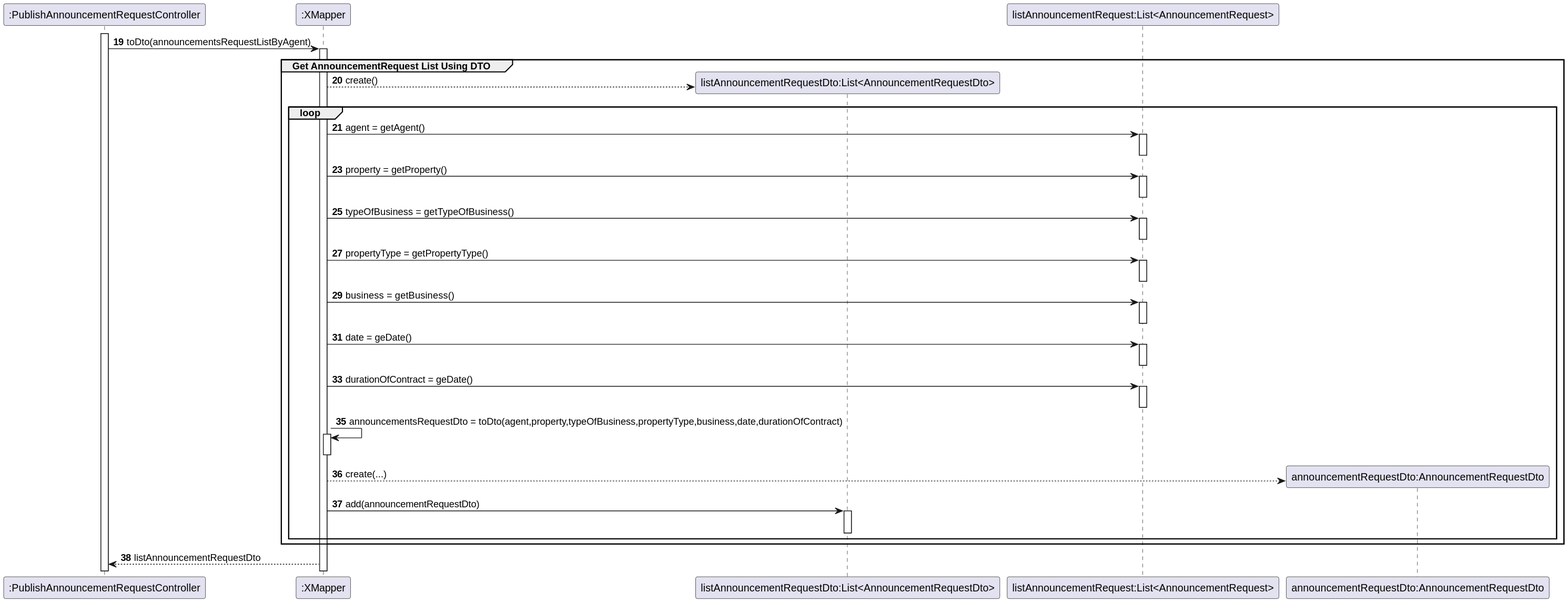
PureNimble/ISEP-LAPR2 keeps this PlantUML diagram as docs/sprintC/US08/03.design/svg/us08-sequence-diagram-partial-getAnnouncementRequestListDTO.svg. Above is the earlier version.
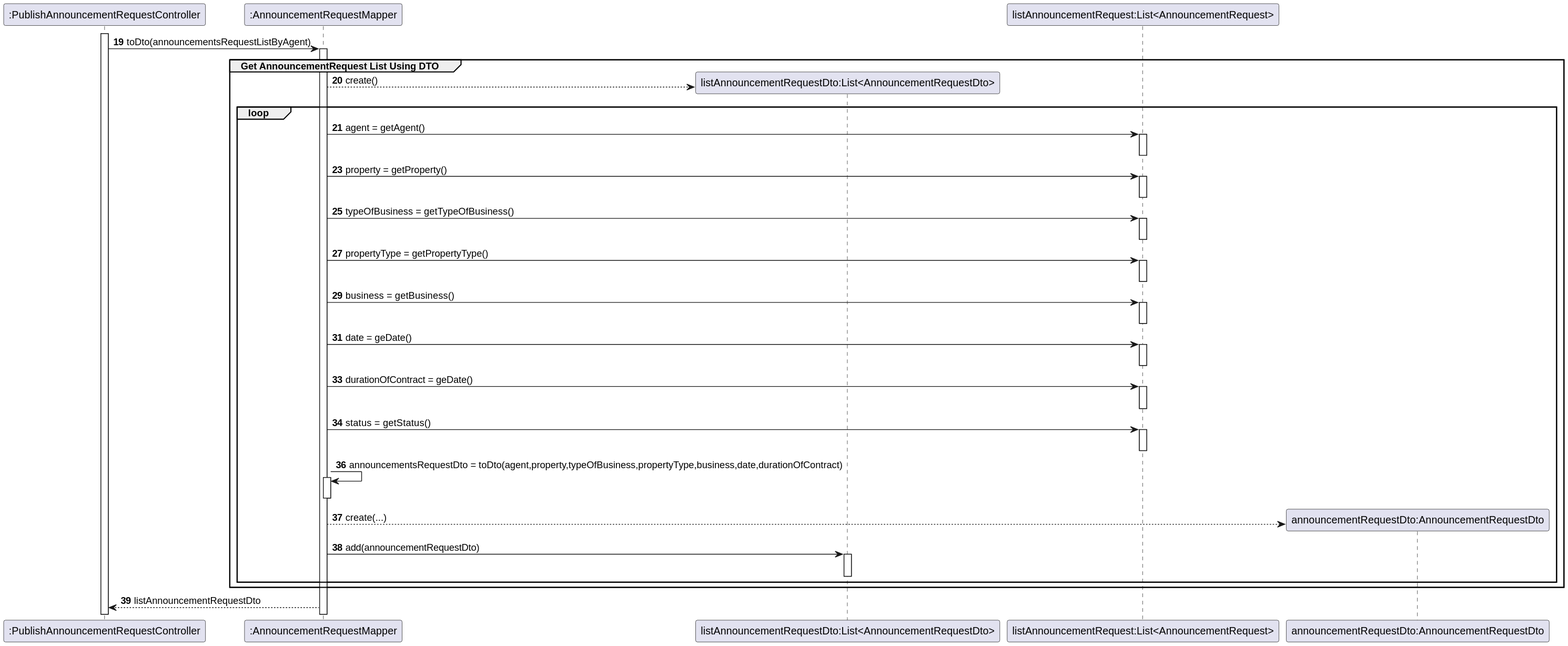
The same diagram one commit later.

Diff of the diagram source:
```diff
@@ -1,7 +1,7 @@
 @startuml
 
 participant ":PublishAnnouncementRequestController" as PublishAnnouncementRequestController
-participant ":XMapper" as XMapper
+participant ":AnnouncementRequestMapper" as AnnouncementRequestMapper
 participant "listAnnouncementRequestDto:List<AnnouncementRequestDto>" as listAnnouncementRequestDto
 participant "listAnnouncementRequest:List<AnnouncementRequest>" as listAnnouncementRequest
 participant "announcementRequestDto:AnnouncementRequestDto" as AnnouncementRequestDto
@@ -10,70 +10,75 @@
 
 activate PublishAnnouncementRequestController
 
-PublishAnnouncementRequestController -> XMapper: toDto(announcementsRequestListByAgent)
-activate XMapper
+PublishAnnouncementRequestController -> AnnouncementRequestMapper: toDto(announcementsRequestListByAgent)
+activate AnnouncementRequestMapper
 
 Group Get AnnouncementRequest List Using DTO
 
-XMapper --> listAnnouncementRequestDto**: create()
+AnnouncementRequestMapper --> listAnnouncementRequestDto**: create()
 
 loop
 
-XMapper -> listAnnouncementRequest :agent = getAgent()
+AnnouncementRequestMapper -> listAnnouncementRequest :agent = getAgent()
 activate listAnnouncementRequest
 
-XMapper -[hidden]> listAnnouncementRequest
+AnnouncementRequestMapper -[hidden]> listAnnouncementRequest
 deactivate listAnnouncementRequest
 
-XMapper -> listAnnouncementRequest: property = getProperty()
+AnnouncementRequestMapper -> listAnnouncementRequest: property = getProperty()
 activate listAnnouncementRequest
 
-XMapper -[hidden]> listAnnouncementRequest
+AnnouncementRequestMapper -[hidden]> listAnnouncementRequest
 deactivate listAnnouncementRequest
 
-XMapper -> listAnnouncementRequest: typeOfBusiness = getTypeOfBusiness()
+AnnouncementRequestMapper -> listAnnouncementRequest: typeOfBusiness = getTypeOfBusiness()
 activate listAnnouncementRequest
 
-XMapper -[hidden]> listAnnouncementRequest
+AnnouncementRequestMapper -[hidden]> listAnnouncementRequest
 deactivate listAnnouncementRequest
 
-XMapper -> listAnnouncementRequest: propertyType = getPropertyType()
+AnnouncementRequestMapper -> listAnnouncementRequest: propertyType = getPropertyType()
 activate listAnnouncementRequest
 
-XMapper -[hidden]> listAnnouncementRequest
+AnnouncementRequestMapper -[hidden]> listAnnouncementRequest
 deactivate listAnnouncementRequest
 
-XMapper -> listAnnouncementRequest: business = getBusiness()
+AnnouncementRequestMapper -> listAnnouncementRequest: business = getBusiness()
 activate listAnnouncementRequest
 
-XMapper -[hidden]> listAnnouncementRequest
+AnnouncementRequestMapper -[hidden]> listAnnouncementRequest
 deactivate listAnnouncementRequest
 
-XMapper -> listAnnouncementRequest: date = geDate()
+AnnouncementRequestMapper -> listAnnouncementRequest: date = geDate()
 activate listAnnouncementRequest
 
-XMapper -[hidden]> listAnnouncementRequest
+AnnouncementRequestMapper -[hidden]> listAnnouncementRequest
 deactivate listAnnouncementRequest
 
 
-XMapper -> listAnnouncementRequest: durationOfContract = geDate()
+AnnouncementRequestMapper -> listAnnouncementRequest: durationOfContract = geDate()
 activate listAnnouncementRequest
 
-XMapper -[hidden]> listAnnouncementRequest
 deactivate listAnnouncementRequest
 
-XMapper -> XMapper : announcementsRequestDto = toDto(agent,property,typeOfBusiness,propertyType,business,date,durationOfContract)
-activate XMapper
+AnnouncementRequestMapper -> listAnnouncementRequest: status = getStatus()
+activate listAnnouncementRequest
 
-deactivate XMapper
+AnnouncementRequestMapper -[hidden]> listAnnouncementRequest
+deactivate listAnnouncementRequest
 
-XMapper --> AnnouncementRequestDto**: create(...)
+AnnouncementRequestMapper -> AnnouncementRequestMapper : announcementsRequestDto = toDto(agent,property,typeOfBusiness,propertyType,business,date,durationOfContract)
+activate AnnouncementRequestMapper
 
-XMapper -> listAnnouncementRequestDto: add(announcementRequestDto)
+deactivate AnnouncementRequestMapper
+
+AnnouncementRequestMapper --> AnnouncementRequestDto**: create(...)
+
+AnnouncementRequestMapper -> listAnnouncementRequestDto: add(announcementRequestDto)
 activate listAnnouncementRequestDto
 
 deactivate listAnnouncementRequestDto
 end
 end
-XMapper --> PublishAnnouncementRequestController: listAnnouncementRequestDto
+AnnouncementRequestMapper --> PublishAnnouncementRequestController: listAnnouncementRequestDto
 @enduml
```
